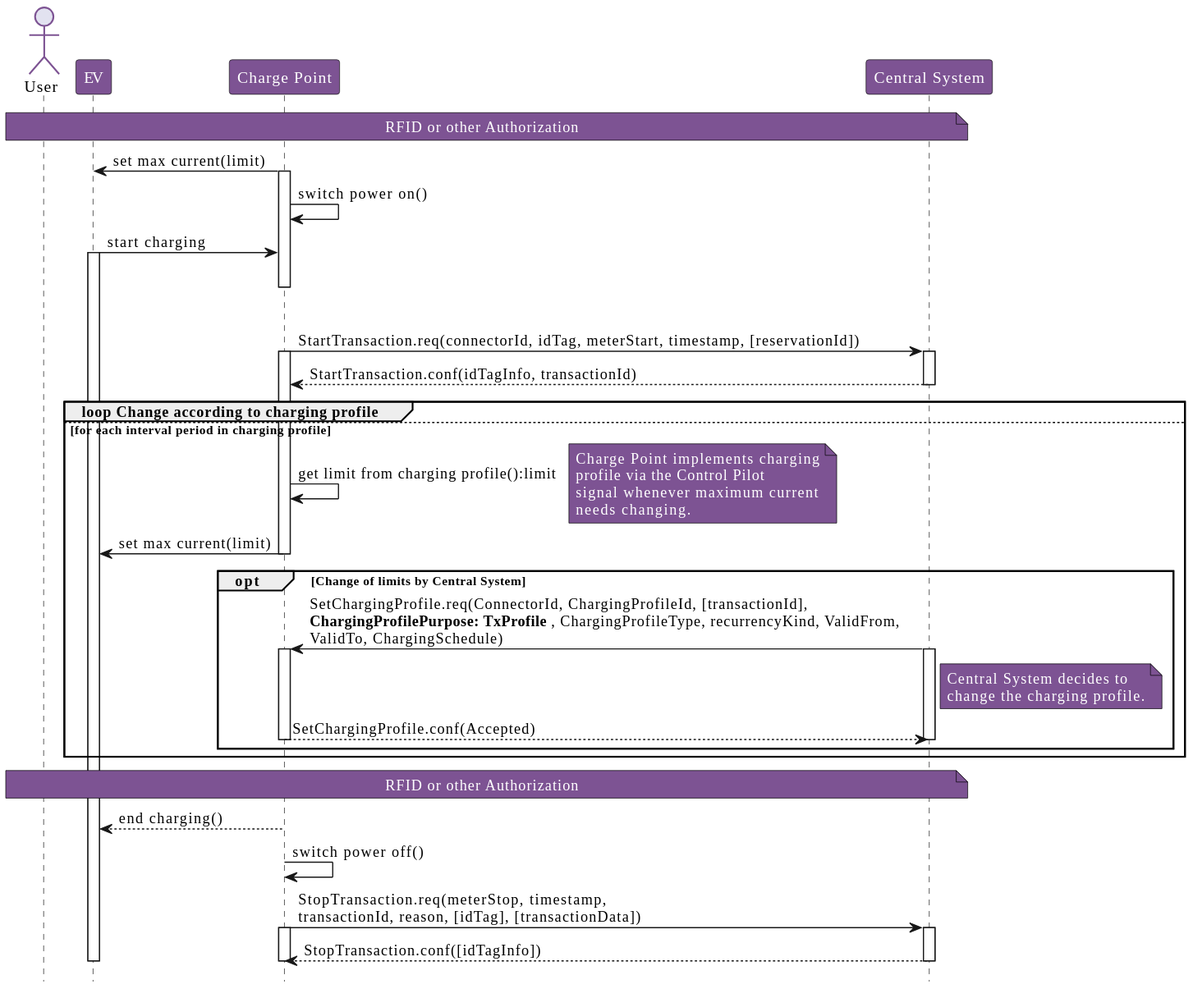
phoi5675/ocpp-markdown keeps this PlantUML diagram as OCPP_1.6_ko/images/figure_8.svg. Above is the earlier version. Source of this version:
```plantuml
@startuml
!include style.puml

actor "User" as User
participant "EV" as EV
participant "Charge Point" as ChargePoint
participant "Central System" as CentralSystem

note over User, CentralSystem
  RFID or other Authorization
end note

ChargePoint -> EV : set max current(limit)
activate ChargePoint

ChargePoint -> ChargePoint : switch power on()

EV -> ChargePoint : start charging
activate EV
deactivate ChargePoint

ChargePoint -[hidden]-> ChargePoint

ChargePoint -> CentralSystem : StartTransaction.req(connectorId, idTag, meterStart, timestamp, [reservationId])
activate ChargePoint

activate CentralSystem
CentralSystem --> ChargePoint : StartTransaction.conf(idTagInfo, transactionId)
deactivate CentralSystem

group loop Change according to charging profile
else for each interval period in charging profile

  ChargePoint -> ChargePoint : get limit from charging profile():limit
  note right
    Charge Point implements charging
    profile via the Control Pilot
    signal whenever maximum current
    needs changing.
  end note

  ChargePoint -> EV : set max current(limit)
  deactivate ChargePoint

  opt Change of limits by Central System
    CentralSystem -> ChargePoint :      SetChargingProfile.req(ConnectorId, ChargingProfileId, [transactionId],      \n**ChargingProfilePurpose: TxProfile** , ChargingProfileType, recurrencyKind, ValidFrom,      \nValidTo, ChargingSchedule)
    activate CentralSystem
    activate ChargePoint

    note right of CentralSystem
      Central System decides to
      change the charging profile.
    end note

    ChargePoint --> CentralSystem : SetChargingProfile.conf(Accepted)
    deactivate ChargePoint
    deactivate CentralSystem
  end
end

note over User, CentralSystem
  RFID or other Authorization
end note

ChargePoint --> EV : end charging()

ChargePoint -> ChargePoint : switch power off()

ChargePoint -> CentralSystem :   StopTransaction.req(meterStop, timestamp,  \ntransactionId, reason, [idTag], [transactionData])
activate ChargePoint
activate CentralSystem

CentralSystem --> ChargePoint : StopTransaction.conf([idTagInfo])
deactivate CentralSystem
deactivate ChargePoint
deactivate EV
@enduml
```
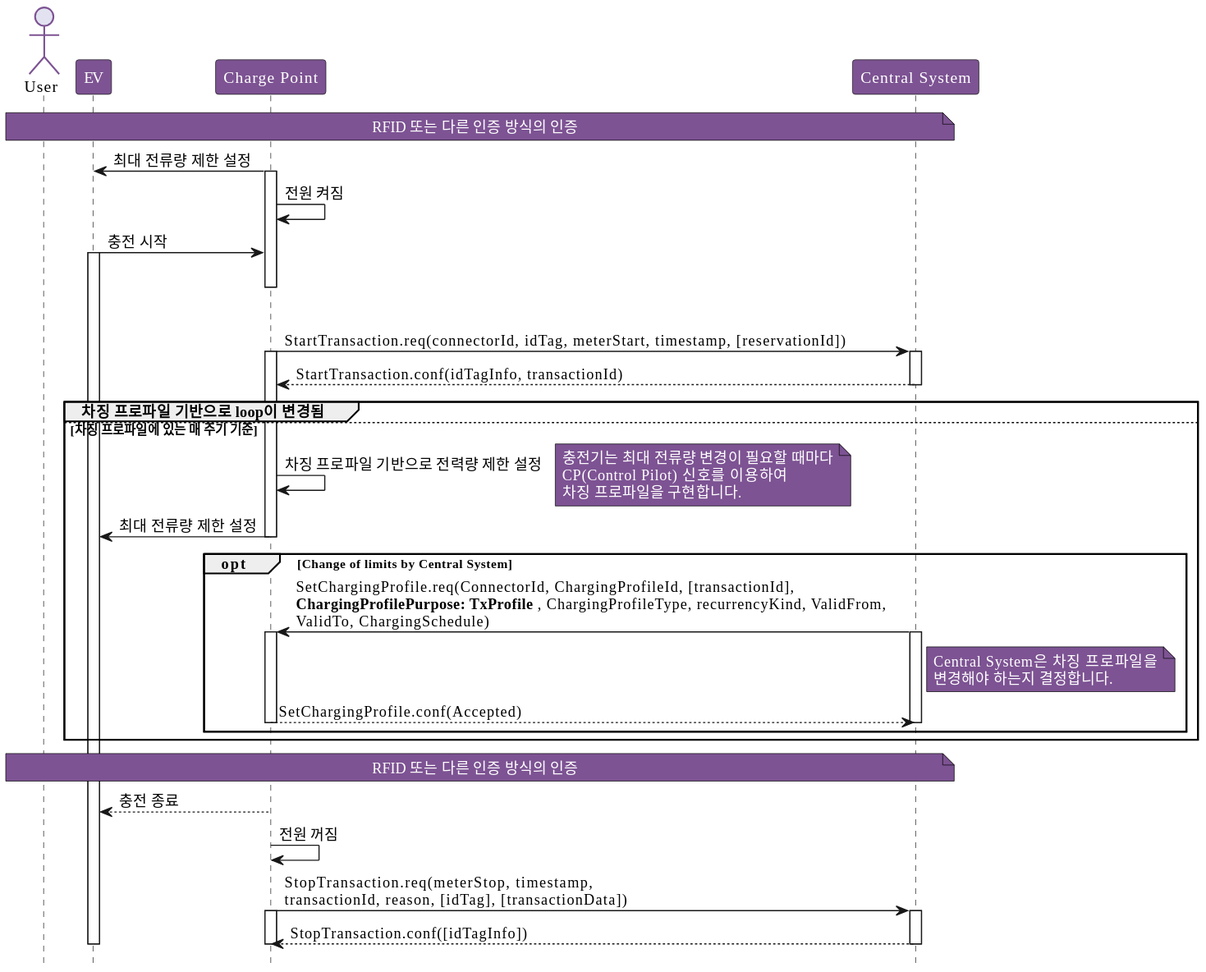
The same file after the commit.

What changed in the source:
```diff
@@ -7,15 +7,15 @@
 participant "Central System" as CentralSystem
 
 note over User, CentralSystem
-  RFID or other Authorization
+  RFID 또는 다른 인증 방식의 인증
 end note
 
-ChargePoint -> EV : set max current(limit)
+ChargePoint -> EV : 최대 전류량 제한 설정
 activate ChargePoint
 
-ChargePoint -> ChargePoint : switch power on()
+ChargePoint -> ChargePoint : 전원 켜짐
 
-EV -> ChargePoint : start charging
+EV -> ChargePoint : 충전 시작
 activate EV
 deactivate ChargePoint
 
@@ -28,18 +28,17 @@
 CentralSystem --> ChargePoint : StartTransaction.conf(idTagInfo, transactionId)
 deactivate CentralSystem
 
-group loop Change according to charging profile
-else for each interval period in charging profile
+group 차징 프로파일 기반으로 loop이 변경됨
+else 차징 프로파일에 있는 매 주기 기준
 
-  ChargePoint -> ChargePoint : get limit from charging profile():limit
+  ChargePoint -> ChargePoint : 차징 프로파일 기반으로 전력량 제한 설정
   note right
-    Charge Point implements charging
-    profile via the Control Pilot
-    signal whenever maximum current
-    needs changing.
+    충전기는 최대 전류량 변경이 필요할 때마다
+    CP(Control Pilot) 신호를 이용하여
+    차징 프로파일을 구현합니다.
   end note
 
-  ChargePoint -> EV : set max current(limit)
+  ChargePoint -> EV : 최대 전류량 제한 설정
   deactivate ChargePoint
 
   opt Change of limits by Central System
@@ -48,8 +47,8 @@
     activate ChargePoint
 
     note right of CentralSystem
-      Central System decides to
-      change the charging profile.
+      Central System은 차징 프로파일을
+      변경해야 하는지 결정합니다.
     end note
 
     ChargePoint --> CentralSystem : SetChargingProfile.conf(Accepted)
@@ -59,12 +58,12 @@
 end
 
 note over User, CentralSystem
-  RFID or other Authorization
+  RFID 또는 다른 인증 방식의 인증
 end note
 
-ChargePoint --> EV : end charging()
+ChargePoint --> EV : 충전 종료
 
-ChargePoint -> ChargePoint : switch power off()
+ChargePoint -> ChargePoint : 전원 꺼짐
 
 ChargePoint -> CentralSystem :   StopTransaction.req(meterStop, timestamp,  \ntransactionId, reason, [idTag], [transactionData])
 activate ChargePoint
```
